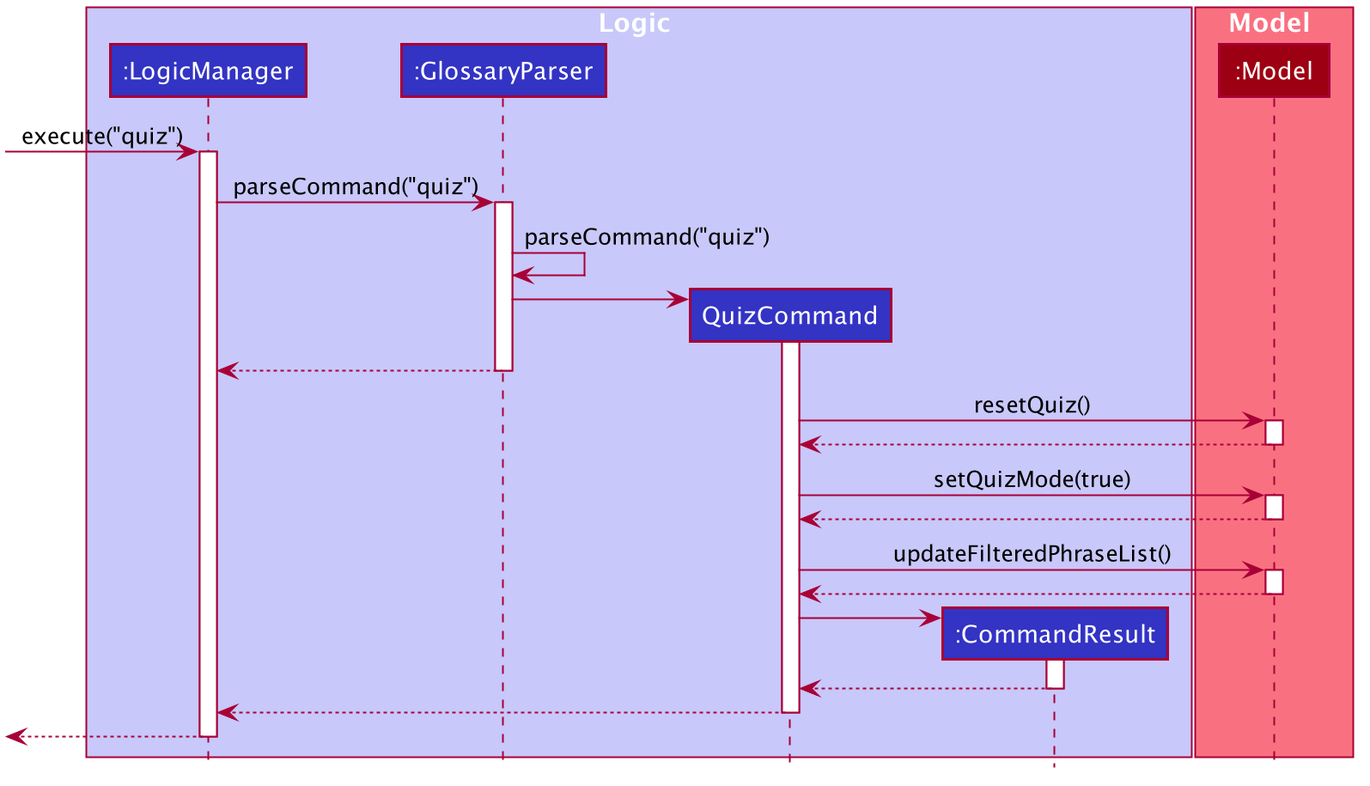
The PlantUML diagram docs/images/QuizCommandSequenceDiagram.png in zhizhizhizhizhi/tp, before a commit.
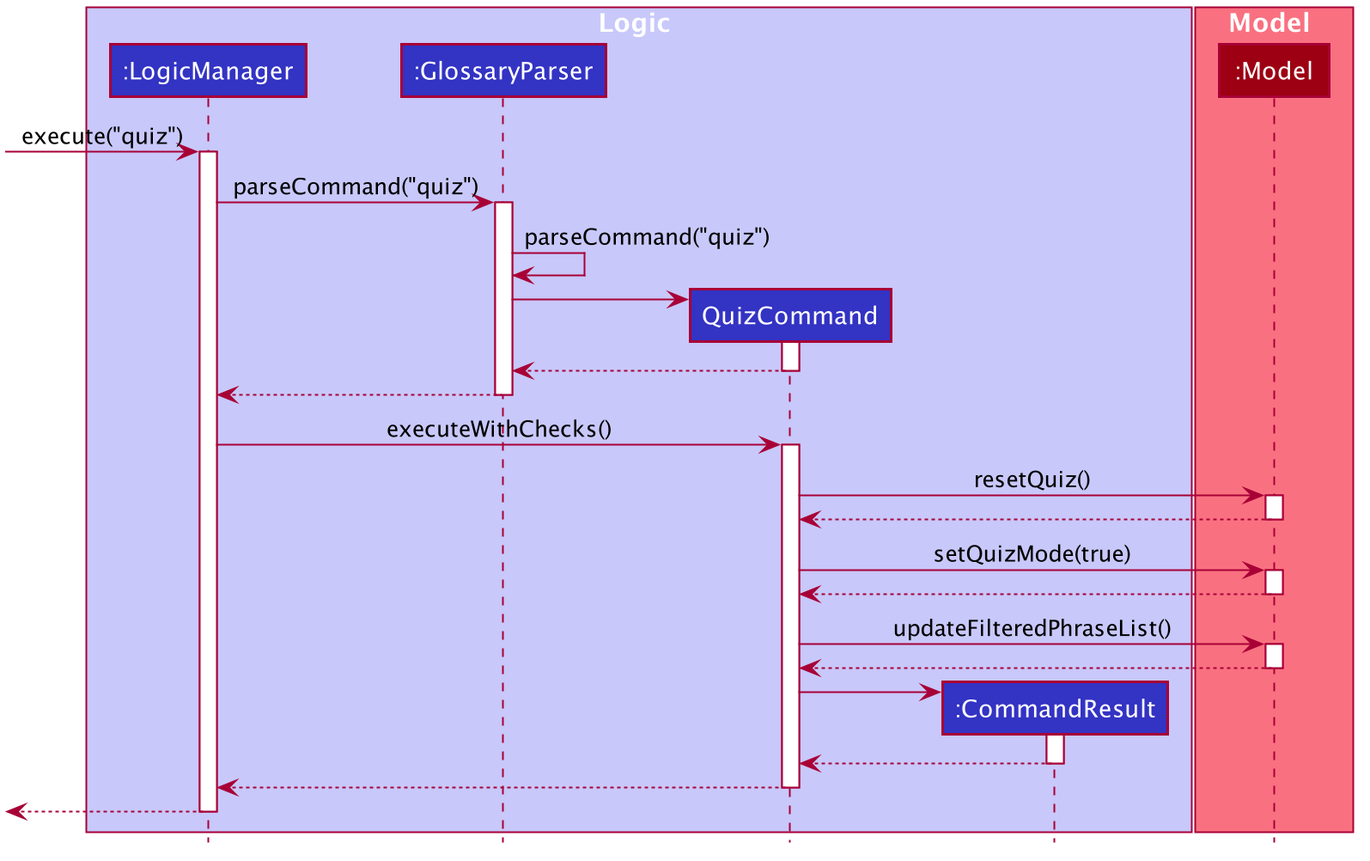
After the change.

Commit message:
replaced a diagram

Diff of the diagram source:
```diff
@@ -71,8 +71,14 @@
 GlossaryParser -> QuizCommand
 activate QuizCommand
 
+QuizCommand --> GlossaryParser
+deactivate QuizCommand
+
 GlossaryParser --> LogicManager
 deactivate GlossaryParser
+
+LogicManager -> QuizCommand : executeWithChecks()
+activate QuizCommand
 
 QuizCommand -> Model : resetQuiz()
 activate Model
```
